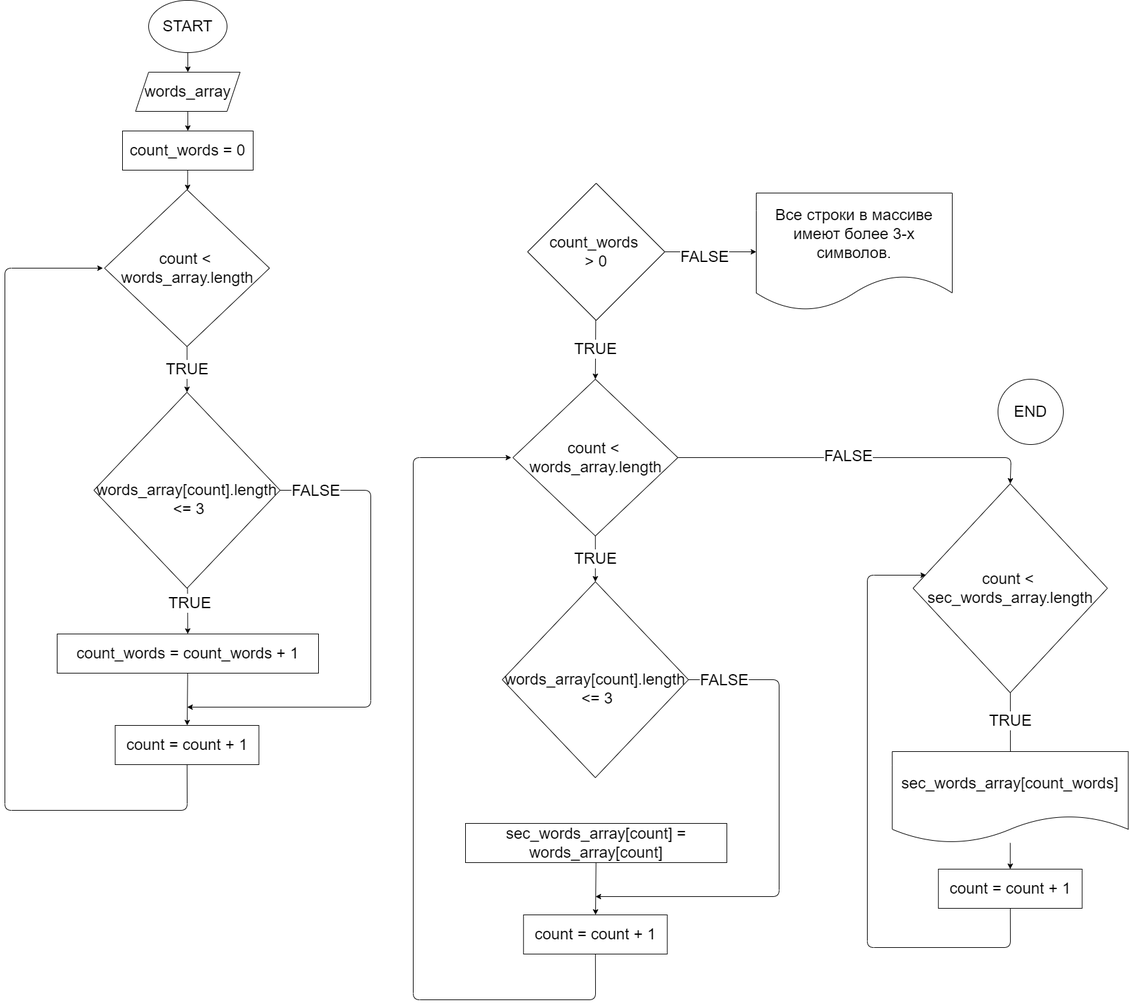
The draw.io diagram diagram.drawio.png in replica-rs/gb_csh_cw_0, before a commit. Source tidied: cells renumbered, new cells last; positions are measured from the earlier drawing's top-left corner, leaving out a move shared by most shapes. Its diagram source:
```xml
<mxGraphModel>
  <root>
    <mxCell id="0" />
    <mxCell id="1" parent="0" />
    <mxCell id="2" style="edgeStyle=none;html=1;fontSize=24;fontColor=#000000;" parent="1" edge="1" source="3" target="5">
      <mxGeometry relative="1" as="geometry" />
    </mxCell>
    <mxCell id="3" value="&lt;font style=&quot;font-size: 24px&quot; color=&quot;#000000&quot;&gt;START&lt;/font&gt;" style="ellipse;whiteSpace=wrap;html=1;fillColor=#FFFFFF;" parent="1" vertex="1">
      <mxGeometry x="220" width="120" height="80" as="geometry" />
    </mxCell>
    <mxCell id="4" style="edgeStyle=none;html=1;fontSize=24;fontColor=#000000;" parent="1" edge="1" source="5" target="9">
      <mxGeometry relative="1" as="geometry" />
    </mxCell>
    <mxCell id="5" value="words_array" style="shape=parallelogram;perimeter=parallelogramPerimeter;whiteSpace=wrap;html=1;fixedSize=1;fontSize=24;fontColor=#000000;fillColor=#FFFFFF;" parent="1" vertex="1">
      <mxGeometry x="200" y="110" width="160" height="60" as="geometry" />
    </mxCell>
    <mxCell id="6" value="&lt;span style=&quot;background-color: rgb(255 , 255 , 255)&quot;&gt;TRUE&lt;/span&gt;" style="edgeStyle=none;html=1;fontSize=24;fontColor=#000000;" parent="1" edge="1" source="7" target="18">
      <mxGeometry relative="1" as="geometry" />
    </mxCell>
    <mxCell id="7" value="count &amp;lt; &lt;br&gt;words_array.length" style="rhombus;whiteSpace=wrap;html=1;fontSize=24;fontColor=#000000;fillColor=#FFFFFF;" parent="1" vertex="1">
      <mxGeometry x="152.5" y="290" width="252.5" height="240" as="geometry" />
    </mxCell>
    <mxCell id="8" style="edgeStyle=none;html=1;fontSize=24;fontColor=#000000;" parent="1" edge="1" source="9" target="7">
      <mxGeometry relative="1" as="geometry" />
    </mxCell>
    <mxCell id="9" value="count_words = 0" style="rounded=0;whiteSpace=wrap;html=1;fontSize=24;fontColor=#000000;fillColor=#FFFFFF;" parent="1" vertex="1">
      <mxGeometry x="180" y="200" width="200" height="60" as="geometry" />
    </mxCell>
    <mxCell id="10" style="edgeStyle=none;html=1;labelBackgroundColor=#FFFFFF;fontSize=24;fontColor=#000000;" parent="1" edge="1" source="11" target="13">
      <mxGeometry relative="1" as="geometry" />
    </mxCell>
    <mxCell id="11" value="count_words&amp;nbsp;= count_words&amp;nbsp;+ 1" style="rounded=0;whiteSpace=wrap;html=1;fontSize=24;fontColor=#000000;fillColor=#FFFFFF;" parent="1" vertex="1">
      <mxGeometry x="80" y="970" width="400" height="60" as="geometry" />
    </mxCell>
    <mxCell id="12" style="edgeStyle=none;html=1;labelBackgroundColor=#FFFFFF;fontSize=24;fontColor=#000000;" parent="1" edge="1" source="13">
      <mxGeometry relative="1" as="geometry">
        <mxPoint x="150" y="410" as="targetPoint" />
        <Array as="points">
          <mxPoint x="279" y="1240" />
          <mxPoint y="1240" />
          <mxPoint y="410" />
        </Array>
      </mxGeometry>
    </mxCell>
    <mxCell id="13" value="count = count + 1" style="rounded=0;whiteSpace=wrap;html=1;fontSize=24;fontColor=#000000;fillColor=#FFFFFF;" parent="1" vertex="1">
      <mxGeometry x="168.8" y="1110" width="220" height="60" as="geometry" />
    </mxCell>
    <mxCell id="14" style="edgeStyle=none;html=1;labelBackgroundColor=#FFFFFF;fontSize=24;fontColor=#000000;" parent="1" edge="1" source="18" target="11">
      <mxGeometry relative="1" as="geometry" />
    </mxCell>
    <mxCell id="15" value="TRUE" style="edgeLabel;html=1;align=center;verticalAlign=middle;fontSize=24;fontColor=#000000;labelBackgroundColor=#FFFFFF;" parent="14" vertex="1">
      <mxGeometry x="-0.37" y="3" relative="1" as="geometry" />
    </mxCell>
    <mxCell id="16" style="edgeStyle=none;html=1;labelBackgroundColor=#FFFFFF;fontSize=24;fontColor=#000000;" parent="1" edge="1" source="18">
      <mxGeometry relative="1" as="geometry">
        <mxPoint x="279" y="1082" as="targetPoint" />
        <Array as="points">
          <mxPoint x="560" y="750" />
          <mxPoint x="560" y="1082" />
        </Array>
      </mxGeometry>
    </mxCell>
    <mxCell id="17" value="FALSE" style="edgeLabel;html=1;align=center;verticalAlign=middle;fontSize=24;fontColor=#000000;labelBackgroundColor=#FFFFFF;" parent="16" vertex="1">
      <mxGeometry x="-0.86" relative="1" as="geometry" />
    </mxCell>
    <mxCell id="18" value="&lt;span&gt;&lt;br&gt;words_array[count].length&lt;br&gt;&amp;nbsp;&amp;lt;= 3&lt;/span&gt;" style="rhombus;whiteSpace=wrap;html=1;fontSize=24;fontColor=#000000;fillColor=#FFFFFF;" parent="1" vertex="1">
      <mxGeometry x="136.2" y="600" width="285" height="300" as="geometry" />
    </mxCell>
    <mxCell id="19" style="edgeStyle=none;html=1;labelBackgroundColor=#FFFFFF;fontSize=24;fontColor=#000000;" parent="1" edge="1" source="22" target="23">
      <mxGeometry relative="1" as="geometry" />
    </mxCell>
    <mxCell id="20" value="FALSE" style="edgeLabel;html=1;align=center;verticalAlign=middle;fontSize=24;fontColor=#000000;labelBackgroundColor=#FFFFFF;" parent="19" vertex="1">
      <mxGeometry x="-0.36" y="-7" relative="1" as="geometry">
        <mxPoint x="16" as="offset" />
      </mxGeometry>
    </mxCell>
    <mxCell id="21" value="TRUE" style="edgeStyle=none;html=1;labelBackgroundColor=#FFFFFF;fontSize=24;fontColor=#000000;entryX=0.5;entryY=0;entryDx=0;entryDy=0;" parent="1" edge="1" source="22" target="27">
      <mxGeometry relative="1" as="geometry" />
    </mxCell>
    <mxCell id="22" value="count_words &lt;br&gt;&amp;gt; 0" style="rhombus;whiteSpace=wrap;html=1;labelBackgroundColor=#FFFFFF;fontSize=24;fontColor=#000000;fillColor=#FFFFFF;" parent="1" vertex="1">
      <mxGeometry x="800" y="280" width="210" height="210" as="geometry" />
    </mxCell>
    <mxCell id="23" value="Все строки в массиве имеют более 3-х символов." style="shape=document;whiteSpace=wrap;html=1;boundedLbl=1;labelBackgroundColor=#FFFFFF;fontSize=24;fontColor=#000000;fillColor=#FFFFFF;" parent="1" vertex="1">
      <mxGeometry x="1150" y="295" width="300" height="180" as="geometry" />
    </mxCell>
    <mxCell id="24" value="&lt;span style=&quot;background-color: rgb(255 , 255 , 255)&quot;&gt;TRUE&lt;/span&gt;" style="edgeStyle=none;html=1;fontSize=24;fontColor=#000000;" parent="1" edge="1" source="27" target="34">
      <mxGeometry relative="1" as="geometry" />
    </mxCell>
    <mxCell id="25" style="edgeStyle=none;html=1;entryX=0.5;entryY=0;entryDx=0;entryDy=0;labelBackgroundColor=#FFFFFF;fontSize=24;fontColor=#000000;" parent="1" edge="1" source="27" target="36">
      <mxGeometry relative="1" as="geometry">
        <Array as="points">
          <mxPoint x="1540" y="700" />
        </Array>
      </mxGeometry>
    </mxCell>
    <mxCell id="26" value="FALSE" style="edgeLabel;html=1;align=center;verticalAlign=middle;fontSize=24;fontColor=#000000;labelBackgroundColor=#FFFFFF;" parent="25" vertex="1">
      <mxGeometry x="-0.05" y="3" relative="1" as="geometry" />
    </mxCell>
    <mxCell id="27" value="count &amp;lt; &lt;br&gt;words_array.length" style="rhombus;whiteSpace=wrap;html=1;fontSize=24;fontColor=#000000;fillColor=#FFFFFF;" parent="1" vertex="1">
      <mxGeometry x="777.5" y="580" width="252.5" height="240" as="geometry" />
    </mxCell>
    <mxCell id="28" style="edgeStyle=none;html=1;labelBackgroundColor=#FFFFFF;fontSize=24;fontColor=#000000;" parent="1" edge="1" source="29" target="31">
      <mxGeometry relative="1" as="geometry" />
    </mxCell>
    <mxCell id="29" value="sec_words_array[count]&amp;nbsp;= words_array[count]" style="rounded=0;whiteSpace=wrap;html=1;fontSize=24;fontColor=#000000;fillColor=#FFFFFF;" parent="1" vertex="1">
      <mxGeometry x="705" y="1260" width="400" height="60" as="geometry" />
    </mxCell>
    <mxCell id="30" style="edgeStyle=none;html=1;labelBackgroundColor=#FFFFFF;fontSize=24;fontColor=#000000;" parent="1" edge="1" source="31">
      <mxGeometry relative="1" as="geometry">
        <mxPoint x="775" y="700" as="targetPoint" />
        <Array as="points">
          <mxPoint x="904" y="1530" />
          <mxPoint x="625" y="1530" />
          <mxPoint x="625" y="700" />
        </Array>
      </mxGeometry>
    </mxCell>
    <mxCell id="31" value="count = count + 1" style="rounded=0;whiteSpace=wrap;html=1;fontSize=24;fontColor=#000000;fillColor=#FFFFFF;" parent="1" vertex="1">
      <mxGeometry x="793.8" y="1400" width="220" height="60" as="geometry" />
    </mxCell>
    <mxCell id="32" style="edgeStyle=none;html=1;labelBackgroundColor=#FFFFFF;fontSize=24;fontColor=#000000;" parent="1" edge="1" source="34">
      <mxGeometry relative="1" as="geometry">
        <mxPoint x="904" y="1372" as="targetPoint" />
        <Array as="points">
          <mxPoint x="1185" y="1040" />
          <mxPoint x="1185" y="1372" />
        </Array>
      </mxGeometry>
    </mxCell>
    <mxCell id="33" value="FALSE" style="edgeLabel;html=1;align=center;verticalAlign=middle;fontSize=24;fontColor=#000000;labelBackgroundColor=#FFFFFF;" parent="32" vertex="1">
      <mxGeometry x="-0.86" relative="1" as="geometry" />
    </mxCell>
    <mxCell id="34" value="&lt;span&gt;&lt;br&gt;words_array[count].length&lt;br&gt;&amp;nbsp;&amp;lt;= 3&lt;/span&gt;" style="rhombus;whiteSpace=wrap;html=1;fontSize=24;fontColor=#000000;fillColor=#FFFFFF;" parent="1" vertex="1">
      <mxGeometry x="761.2" y="890" width="285" height="300" as="geometry" />
    </mxCell>
    <mxCell id="35" value="&lt;span style=&quot;background-color: rgb(255 , 255 , 255)&quot;&gt;TRUE&lt;/span&gt;" style="edgeStyle=none;html=1;fontSize=24;fontColor=#000000;" parent="1" edge="1" source="36">
      <mxGeometry x="-0.33" relative="1" as="geometry">
        <mxPoint x="1539" y="1190" as="targetPoint" />
      </mxGeometry>
    </mxCell>
    <mxCell id="36" value="count &amp;lt; &lt;br&gt;sec_words_array.length" style="rhombus;whiteSpace=wrap;html=1;fontSize=24;fontColor=#000000;fillColor=#FFFFFF;" parent="1" vertex="1">
      <mxGeometry x="1390" y="740" width="297.5" height="320" as="geometry" />
    </mxCell>
    <mxCell id="37" style="edgeStyle=none;html=1;labelBackgroundColor=#FFFFFF;fontSize=24;fontColor=#000000;" parent="1" edge="1" source="38">
      <mxGeometry relative="1" as="geometry">
        <mxPoint x="1410" y="880" as="targetPoint" />
        <Array as="points">
          <mxPoint x="1539" y="1450" />
          <mxPoint x="1320" y="1450" />
          <mxPoint x="1320" y="880" />
        </Array>
      </mxGeometry>
    </mxCell>
    <mxCell id="38" value="count = count + 1" style="rounded=0;whiteSpace=wrap;html=1;fontSize=24;fontColor=#000000;fillColor=#FFFFFF;" parent="1" vertex="1">
      <mxGeometry x="1428.8" y="1330" width="220" height="60" as="geometry" />
    </mxCell>
    <mxCell id="39" style="edgeStyle=none;html=1;entryX=0.5;entryY=0;entryDx=0;entryDy=0;labelBackgroundColor=#FFFFFF;fontSize=24;fontColor=#000000;" parent="1" edge="1" source="40" target="38">
      <mxGeometry relative="1" as="geometry" />
    </mxCell>
    <mxCell id="40" value="sec_words_array[count_words]" style="shape=document;whiteSpace=wrap;html=1;boundedLbl=1;labelBackgroundColor=#FFFFFF;fontSize=24;fontColor=#000000;fillColor=#FFFFFF;" parent="1" vertex="1">
      <mxGeometry x="1358.1" y="1150" width="361.2" height="140" as="geometry" />
    </mxCell>
    <mxCell id="41" value="END" style="ellipse;whiteSpace=wrap;html=1;labelBackgroundColor=#FFFFFF;fontSize=24;fontColor=#000000;fillColor=#FFFFFF;" parent="1" vertex="1">
      <mxGeometry x="1520" y="580" width="100" height="100" as="geometry" />
    </mxCell>
  </root>
</mxGraphModel>
```
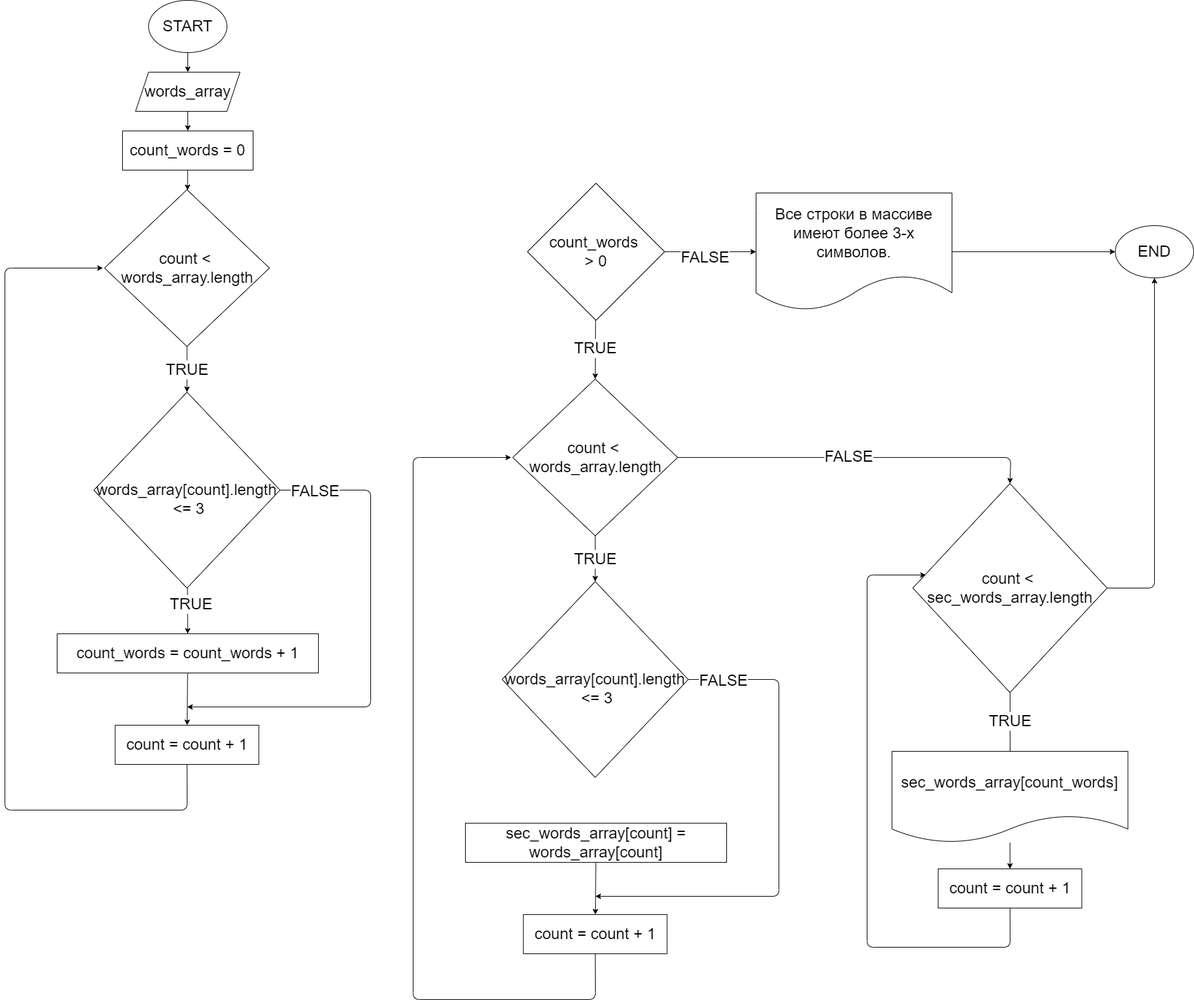
After the change.

What changed in the source:
```diff
@@ -80,6 +80,9 @@
     <mxCell id="22" value="count_words &lt;br&gt;&amp;gt; 0" style="rhombus;whiteSpace=wrap;html=1;labelBackgroundColor=#FFFFFF;fontSize=24;fontColor=#000000;fillColor=#FFFFFF;" parent="1" vertex="1">
       <mxGeometry x="800" y="280" width="210" height="210" as="geometry" />
     </mxCell>
+    <mxCell id="42" style="edgeStyle=none;html=1;entryX=0;entryY=0.5;entryDx=0;entryDy=0;labelBackgroundColor=#FFFFFF;fontSize=24;fontColor=#000000;" parent="1" edge="1" source="23" target="41">
+      <mxGeometry relative="1" as="geometry" />
+    </mxCell>
     <mxCell id="23" value="Все строки в массиве имеют более 3-х символов." style="shape=document;whiteSpace=wrap;html=1;boundedLbl=1;labelBackgroundColor=#FFFFFF;fontSize=24;fontColor=#000000;fillColor=#FFFFFF;" parent="1" vertex="1">
       <mxGeometry x="1150" y="295" width="300" height="180" as="geometry" />
     </mxCell>
@@ -138,6 +141,13 @@
         <mxPoint x="1539" y="1190" as="targetPoint" />
       </mxGeometry>
     </mxCell>
+    <mxCell id="43" style="edgeStyle=none;html=1;entryX=0.5;entryY=1;entryDx=0;entryDy=0;labelBackgroundColor=#FFFFFF;fontSize=24;fontColor=#000000;" parent="1" edge="1" source="36" target="41">
+      <mxGeometry relative="1" as="geometry">
+        <Array as="points">
+          <mxPoint x="1760" y="900" />
+        </Array>
+      </mxGeometry>
+    </mxCell>
     <mxCell id="36" value="count &amp;lt; &lt;br&gt;sec_words_array.length" style="rhombus;whiteSpace=wrap;html=1;fontSize=24;fontColor=#000000;fillColor=#FFFFFF;" parent="1" vertex="1">
       <mxGeometry x="1390" y="740" width="297.5" height="320" as="geometry" />
     </mxCell>
@@ -161,7 +171,7 @@
       <mxGeometry x="1358.1" y="1150" width="361.2" height="140" as="geometry" />
     </mxCell>
     <mxCell id="41" value="END" style="ellipse;whiteSpace=wrap;html=1;labelBackgroundColor=#FFFFFF;fontSize=24;fontColor=#000000;fillColor=#FFFFFF;" parent="1" vertex="1">
-      <mxGeometry x="1520" y="580" width="100" height="100" as="geometry" />
+      <mxGeometry x="1700" y="345" width="120" height="80" as="geometry" />
     </mxCell>
   </root>
 </mxGraphModel>
```
